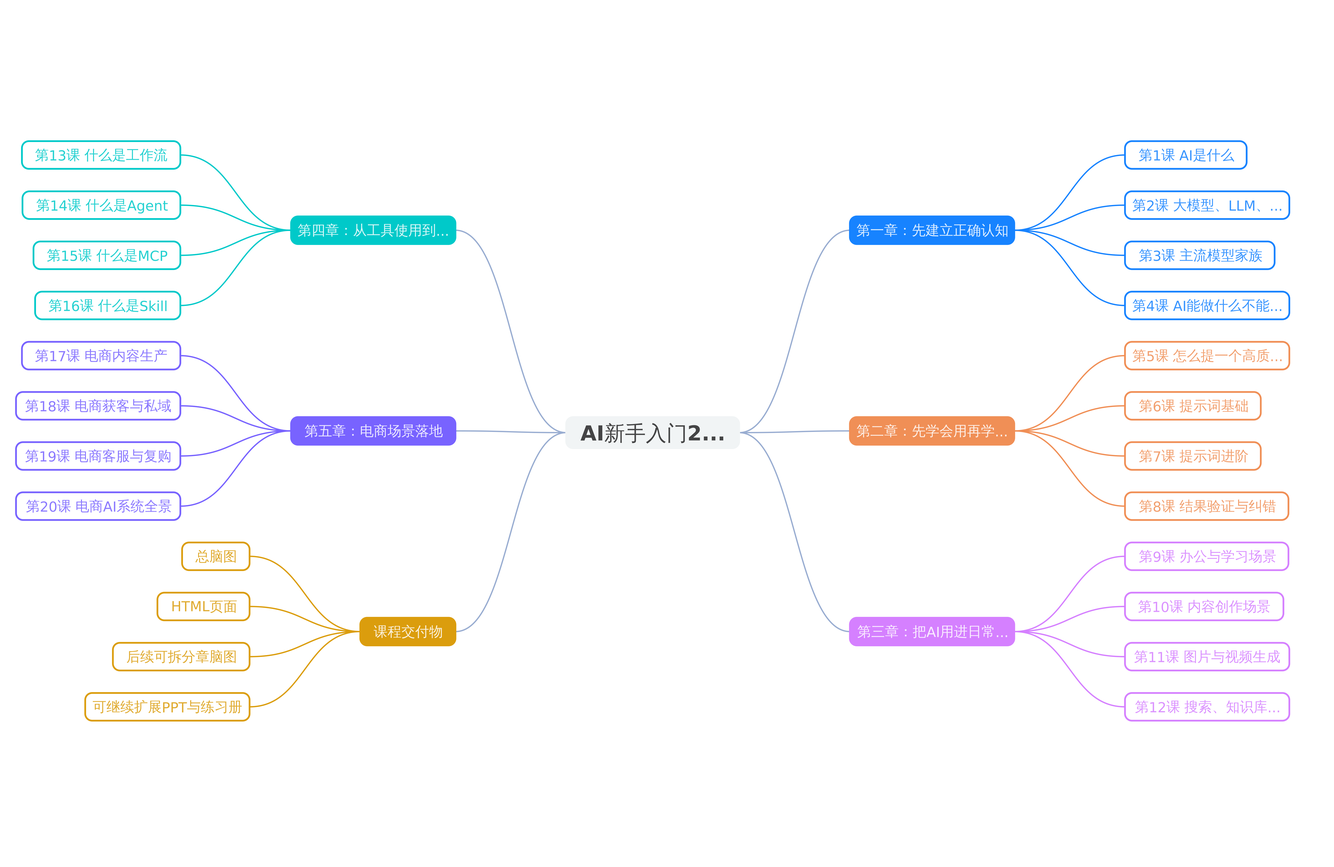
Above: ai-beginner-20-lessons-course.png in locooooooooo/ai-beginner-course (Mermaid), before the change. Its source is kept beside it as ai-beginner-20-lessons-course.mmd.
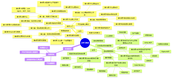
Later version of the same file.

The edit, as a diff of the source:
```diff
@@ -30,33 +30,36 @@
         第18课 电商获客与私域
         第19课 电商客服与复购
         第20课 电商AI系统全景
-    老鸟进阶
+    游戏场景落地
       定位
-        Codex扩展学习
-        从会用AI到会交付
-        用证据验收结果
-      第21课 Codex能做什么
-        读文件
-        改文件
-        跑命令
-        做验收
-      第22课 Loop Engineering是什么
-        计划
-        执行
-        验收
-        修正
-        多会话分工
-      第23课 如何用Codex制作好看的网页
-        用户目标
-        信息结构
-        移动端优先
-        浏览器截图验收
-      第24课 Git、GitHub与Codex协作
-        本地修改
-        commit
-        push
-        GitHub Pages
-        线上验证
+        游戏场景落地
+        从会用AI到会做原型
+        用运行和试玩验收结果
+      第21课 游戏行业为什么开始重视AI工作流
+        生产链路
+        原型加速
+        人工把关
+        验收证据
+      第22课 用Codex做游戏引擎原型
+        场景对象
+        组件脚本
+        运行试玩
+        回滚保护
+      第23课 用Agent编写游戏玩法代码
+        状态机
+        事件数据
+        边界条件
+        Code Review
+      第24课 美术资产生成与游戏管线
+        概念探索
+        占位资产
+        版权记录
+        性能检查
+      第25课 MCP在游戏开发中的使用
+        Figma MCP
+        Unity MCP
+        UEMCP
+        权限日志回滚
     实战演示
       当前状态
         先保留入口
```
